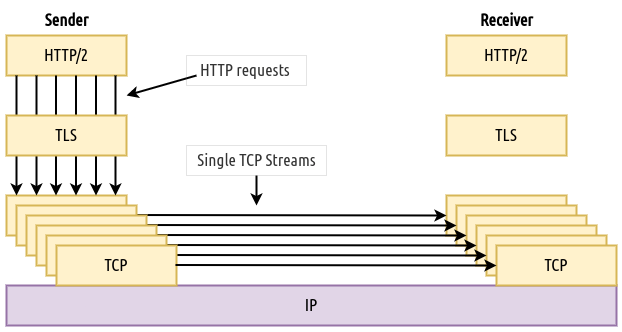
Above: img/6TCPStreams.drawio.png in ahmed-aljabri/ahmed-aljabri.github.io (draw.io), before the change. Source tidied: cells renumbered, new cells last; positions are measured from the earlier drawing's top-left corner, leaving out a move shared by most shapes.
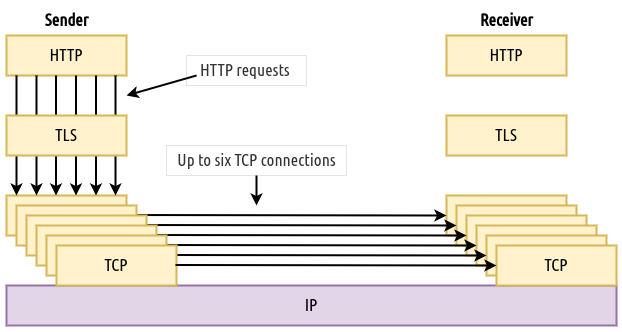
The same file after the commit.

Commit message:
rebuilding site Sun 21 Aug 06:15:21 BST 2022

Change to the diagram source:
```diff
@@ -2,10 +2,10 @@
   <root>
     <mxCell id="0" />
     <mxCell id="1" parent="0" />
-    <mxCell id="2" value="HTTP/2" style="rounded=0;whiteSpace=wrap;html=1;strokeColor=#d6b656;fillColor=#fff2cc;strokeWidth=2;fontFamily=Ubuntu Condensed;fontSource=https%3A%2F%2Ffonts.googleapis.com%2Fcss%3Ffamily%3DUbuntu%2BCondensed;fontSize=17;" parent="1" vertex="1">
+    <mxCell id="2" value="HTTP" style="rounded=0;whiteSpace=wrap;html=1;strokeColor=#d6b656;fillColor=#fff2cc;strokeWidth=2;fontFamily=Ubuntu Condensed;fontSource=https%3A%2F%2Ffonts.googleapis.com%2Fcss%3Ffamily%3DUbuntu%2BCondensed;fontSize=17;" parent="1" vertex="1">
       <mxGeometry y="30" width="120" height="40" as="geometry" />
     </mxCell>
-    <mxCell id="3" value="HTTP/2" style="rounded=0;whiteSpace=wrap;html=1;fillColor=#fff2cc;strokeColor=#d6b656;strokeWidth=2;fontFamily=Ubuntu Condensed;fontSource=https%3A%2F%2Ffonts.googleapis.com%2Fcss%3Ffamily%3DUbuntu%2BCondensed;fontSize=17;" parent="1" vertex="1">
+    <mxCell id="3" value="HTTP" style="rounded=0;whiteSpace=wrap;html=1;fillColor=#fff2cc;strokeColor=#d6b656;strokeWidth=2;fontFamily=Ubuntu Condensed;fontSource=https%3A%2F%2Ffonts.googleapis.com%2Fcss%3Ffamily%3DUbuntu%2BCondensed;fontSize=17;" parent="1" vertex="1">
       <mxGeometry x="440" y="30" width="120" height="40" as="geometry" />
     </mxCell>
     <mxCell id="4" value="TCP" style="rounded=0;whiteSpace=wrap;html=1;strokeColor=#d6b656;fillColor=#fff2cc;strokeWidth=2;fontFamily=Ubuntu Condensed;fontSource=https%3A%2F%2Ffonts.googleapis.com%2Fcss%3Ffamily%3DUbuntu%2BCondensed;fontSize=17;" parent="1" vertex="1">
@@ -112,8 +112,8 @@
         <mxPoint x="250" y="200" as="targetPoint" />
       </mxGeometry>
     </mxCell>
-    <mxCell id="30" value="Single TCP Streams" style="text;html=1;align=center;verticalAlign=middle;strokeColor=#666666;fillColor=none;fontSize=17;fontColor=#333333;strokeWidth=0;fontStyle=0;fontFamily=Ubuntu Condensed;fontSource=https%3A%2F%2Ffonts.googleapis.com%2Fcss%3Ffamily%3DUbuntu%2BCondensed;" parent="1" vertex="1">
-      <mxGeometry x="180" y="140" width="140" height="30" as="geometry" />
+    <mxCell id="30" value="Up to six TCP connections" style="text;html=1;align=center;verticalAlign=middle;strokeColor=#666666;fillColor=none;fontSize=17;fontColor=#333333;strokeWidth=0;fontStyle=0;fontFamily=Ubuntu Condensed;fontSource=https%3A%2F%2Ffonts.googleapis.com%2Fcss%3Ffamily%3DUbuntu%2BCondensed;" parent="1" vertex="1">
+      <mxGeometry x="160" y="140" width="180" height="30" as="geometry" />
     </mxCell>
     <mxCell id="31" style="endArrow=classic;html=1;rounded=0;exitX=0.25;exitY=1;exitDx=0;exitDy=0;entryX=0.25;entryY=0;entryDx=0;entryDy=0;fillColor=#f8cecc;strokeColor=#000000;strokeWidth=2;fontFamily=Ubuntu Condensed;fontSource=https%3A%2F%2Ffonts.googleapis.com%2Fcss%3Ffamily%3DUbuntu%2BCondensed;fontSize=17;" parent="1" edge="1">
       <mxGeometry relative="1" as="geometry">
```
